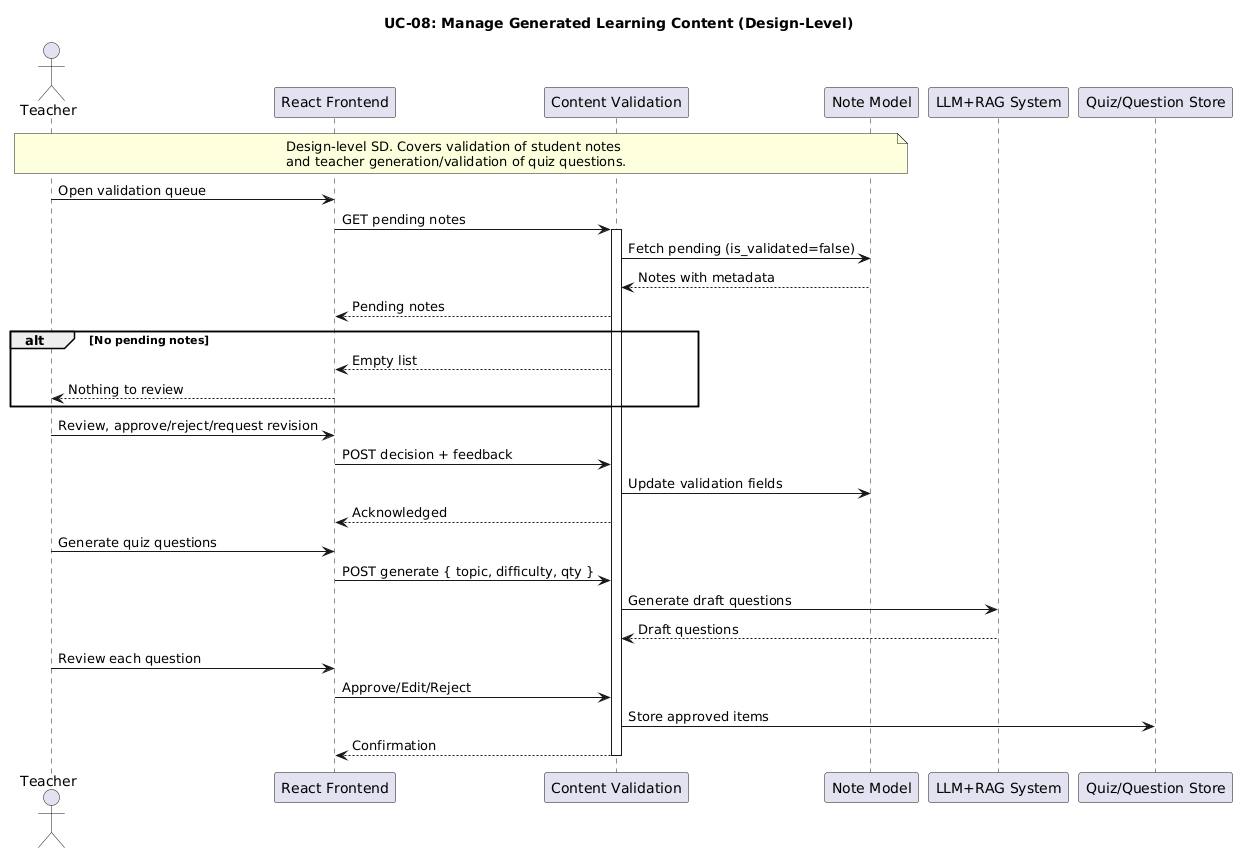
Above: planttext/us8-v1.png in MMMustafakamran/SDs (PlantUML), before the change.
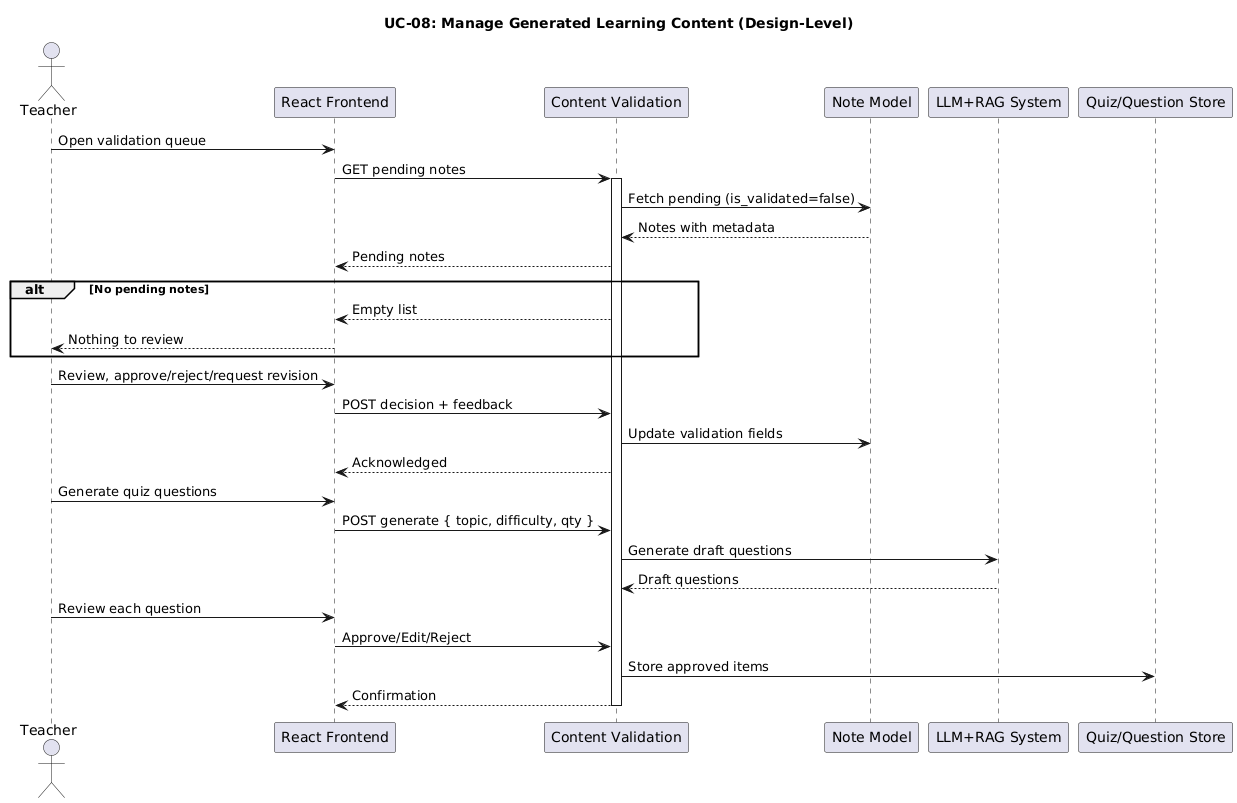
After the commit.

The edit, as a diff of the source:
```diff
@@ -8,10 +8,6 @@
 participant LLM as "LLM+RAG System"
 participant QuestionBank as "Quiz/Question Store"
 
-note over Teacher, Note
-Design-level SD. Covers validation of student notes
-and teacher generation/validation of quiz questions.
-end note
 
 Teacher -> Frontend : Open validation queue
 Frontend -> ContentAPI : GET pending notes
```
